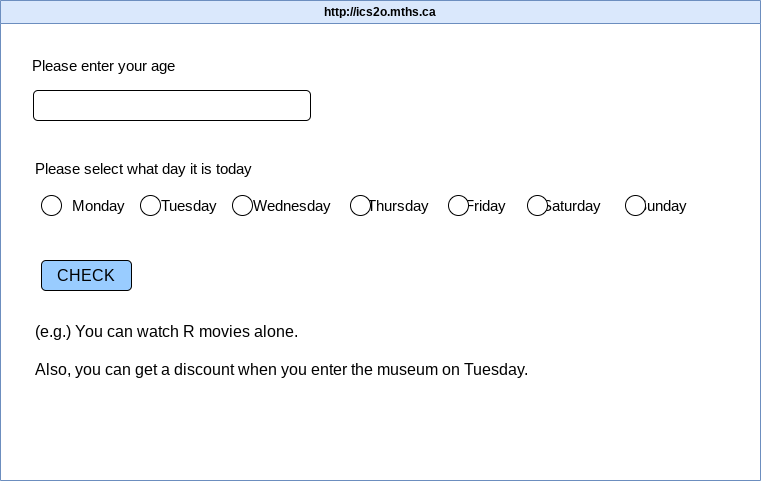
The draw.io diagram design/storyboard.png in MTHS-ICD2O-1-2024/ICD2O-Unit-5-04-Ain-Jeong, before a commit. Source tidied: cells renumbered, new cells last; positions are measured from the earlier drawing's top-left corner, leaving out a move shared by most shapes. Source of this version:
```xml
<mxGraphModel>
  <root>
    <mxCell id="0" />
    <mxCell id="1" parent="0" />
    <mxCell id="2" value="http://ics2o.mths.ca" style="swimlane;whiteSpace=wrap;html=1;fillColor=#dae8fc;strokeColor=#6c8ebf;" parent="1" vertex="1">
      <mxGeometry width="760" height="480" as="geometry" />
    </mxCell>
    <mxCell id="3" value="&lt;font style=&quot;font-size: 15px;&quot;&gt;Please enter your age&lt;/font&gt;" style="text;html=1;align=left;verticalAlign=middle;strokeColor=none;fillColor=none;" parent="2" vertex="1">
      <mxGeometry x="30" y="50" width="170" height="30" as="geometry" />
    </mxCell>
    <mxCell id="4" value="&lt;font style=&quot;font-size: 15px;&quot;&gt;Please select what day it is today&lt;/font&gt;" style="text;html=1;align=left;verticalAlign=middle;strokeColor=none;fillColor=none;" parent="2" vertex="1">
      <mxGeometry x="33" y="153" width="240" height="30" as="geometry" />
    </mxCell>
    <mxCell id="5" style="rounded=1;whiteSpace=wrap;html=1;" parent="2" vertex="1">
      <mxGeometry x="33" y="90" width="277" height="30" as="geometry" />
    </mxCell>
    <mxCell id="6" value="&lt;font style=&quot;font-size: 15px;&quot;&gt;Monday&amp;nbsp; &amp;nbsp; &amp;nbsp; &amp;nbsp; &amp;nbsp;Tuesday&amp;nbsp; &amp;nbsp; &amp;nbsp; &amp;nbsp; &amp;nbsp;Wednesday&amp;nbsp; &amp;nbsp; &amp;nbsp; &amp;nbsp; &amp;nbsp;Thursday&amp;nbsp; &amp;nbsp; &amp;nbsp; &amp;nbsp; &amp;nbsp;Friday&amp;nbsp; &amp;nbsp; &amp;nbsp; &amp;nbsp; &amp;nbsp;Saturday&amp;nbsp; &amp;nbsp; &amp;nbsp; &amp;nbsp; &amp;nbsp;Sunday&lt;/font&gt;" style="text;html=1;align=left;verticalAlign=middle;strokeColor=none;fillColor=none;" parent="2" vertex="1">
      <mxGeometry x="70" y="190" width="650" height="30" as="geometry" />
    </mxCell>
    <mxCell id="7" style="ellipse;whiteSpace=wrap;html=1;" parent="2" vertex="1">
      <mxGeometry x="41" y="195" width="20" height="20" as="geometry" />
    </mxCell>
    <mxCell id="8" style="ellipse;whiteSpace=wrap;html=1;" parent="2" vertex="1">
      <mxGeometry x="140" y="195" width="20" height="20" as="geometry" />
    </mxCell>
    <mxCell id="9" style="ellipse;whiteSpace=wrap;html=1;" parent="2" vertex="1">
      <mxGeometry x="232" y="195" width="20" height="20" as="geometry" />
    </mxCell>
    <mxCell id="10" style="ellipse;whiteSpace=wrap;html=1;" parent="2" vertex="1">
      <mxGeometry x="350" y="195" width="20" height="20" as="geometry" />
    </mxCell>
    <mxCell id="11" style="ellipse;whiteSpace=wrap;html=1;" parent="2" vertex="1">
      <mxGeometry x="527" y="195" width="20" height="20" as="geometry" />
    </mxCell>
    <mxCell id="12" style="ellipse;whiteSpace=wrap;html=1;" parent="2" vertex="1">
      <mxGeometry x="625" y="195" width="20" height="20" as="geometry" />
    </mxCell>
    <mxCell id="13" value="&lt;font style=&quot;font-size: 16px;&quot;&gt;CHECK&lt;/font&gt;" style="rounded=1;whiteSpace=wrap;html=1;fillColor=#99CCFF;" parent="2" vertex="1">
      <mxGeometry x="41" y="260" width="90" height="30" as="geometry" />
    </mxCell>
    <mxCell id="14" value="&lt;font style=&quot;font-size: 16px;&quot;&gt;(e.g.) You can watch R movies alone.&lt;/font&gt;&lt;div&gt;&lt;font style=&quot;font-size: 16px;&quot;&gt;&lt;br&gt;&lt;/font&gt;&lt;div&gt;&lt;font style=&quot;font-size: 16px;&quot;&gt;Also, you can get a discount when you enter the museum on Tuesday.&lt;/font&gt;&lt;/div&gt;&lt;/div&gt;" style="text;html=1;align=left;verticalAlign=middle;strokeColor=none;fillColor=none;" parent="2" vertex="1">
      <mxGeometry x="33" y="315" width="520" height="70" as="geometry" />
    </mxCell>
    <mxCell id="15" style="ellipse;whiteSpace=wrap;html=1;" parent="1" vertex="1">
      <mxGeometry x="448" y="195" width="20" height="20" as="geometry" />
    </mxCell>
  </root>
</mxGraphModel>
```
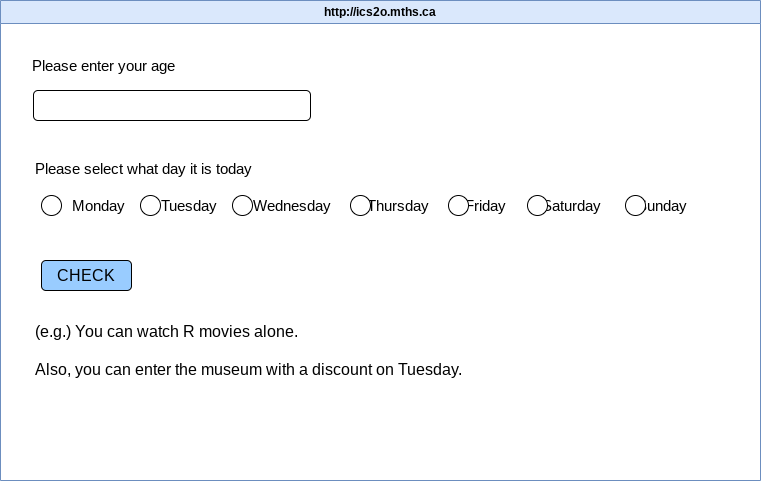
After the commit.

What changed in the source:
```diff
@@ -38,8 +38,8 @@
     <mxCell id="13" value="&lt;font style=&quot;font-size: 16px;&quot;&gt;CHECK&lt;/font&gt;" style="rounded=1;whiteSpace=wrap;html=1;fillColor=#99CCFF;" parent="2" vertex="1">
       <mxGeometry x="41" y="260" width="90" height="30" as="geometry" />
     </mxCell>
-    <mxCell id="14" value="&lt;font style=&quot;font-size: 16px;&quot;&gt;(e.g.) You can watch R movies alone.&lt;/font&gt;&lt;div&gt;&lt;font style=&quot;font-size: 16px;&quot;&gt;&lt;br&gt;&lt;/font&gt;&lt;div&gt;&lt;font style=&quot;font-size: 16px;&quot;&gt;Also, you can get a discount when you enter the museum on Tuesday.&lt;/font&gt;&lt;/div&gt;&lt;/div&gt;" style="text;html=1;align=left;verticalAlign=middle;strokeColor=none;fillColor=none;" parent="2" vertex="1">
-      <mxGeometry x="33" y="315" width="520" height="70" as="geometry" />
+    <mxCell id="14" value="&lt;font style=&quot;font-size: 16px;&quot;&gt;(e.g.) You can watch R movies alone.&lt;/font&gt;&lt;div&gt;&lt;font style=&quot;font-size: 16px;&quot;&gt;&lt;br&gt;&lt;/font&gt;&lt;div&gt;&lt;font style=&quot;font-size: 16px;&quot;&gt;Also, you can enter the museum with a discount on Tuesday.&lt;/font&gt;&lt;/div&gt;&lt;/div&gt;" style="text;html=1;align=left;verticalAlign=middle;strokeColor=none;fillColor=none;" parent="2" vertex="1">
+      <mxGeometry x="33" y="315" width="450" height="70" as="geometry" />
     </mxCell>
     <mxCell id="15" style="ellipse;whiteSpace=wrap;html=1;" parent="1" vertex="1">
       <mxGeometry x="448" y="195" width="20" height="20" as="geometry" />
```
